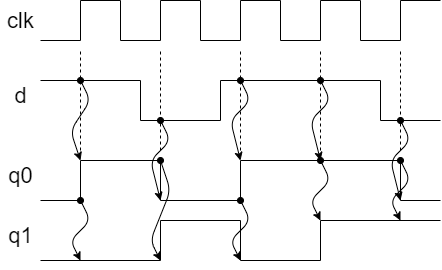
rikitoro/IS3_HDL_2018 keeps this draw.io diagram as assets/timechart_nonblocking.png. Above is the earlier version. Source tidied: cells renumbered, new cells last; positions are measured from the earlier drawing's top-left corner, leaving out a move shared by most shapes. Its diagram source:
```xml
<mxGraphModel>
  <root>
    <mxCell id="0" />
    <mxCell id="1" parent="0" />
    <mxCell id="2" style="endArrow=none;html=1;rounded=0;" parent="1" edge="1">
      <mxGeometry relative="1" as="geometry">
        <mxPoint x="40" y="40" as="sourcePoint" />
        <mxPoint x="440" as="targetPoint" />
        <Array as="points">
          <mxPoint x="80" y="40" />
          <mxPoint x="80" />
          <mxPoint x="120" />
          <mxPoint x="120" y="40" />
          <mxPoint x="160" y="40" />
          <mxPoint x="160" />
          <mxPoint x="200" />
          <mxPoint x="200" y="40" />
          <mxPoint x="240" y="40" />
          <mxPoint x="240" />
          <mxPoint x="280" />
          <mxPoint x="280" y="40" />
          <mxPoint x="320" y="40" />
          <mxPoint x="320" />
          <mxPoint x="360" />
          <mxPoint x="360" y="40" />
          <mxPoint x="400" y="40" />
          <mxPoint x="400" />
          <mxPoint x="440" />
        </Array>
      </mxGeometry>
    </mxCell>
    <mxCell id="3" style="endArrow=none;html=1;rounded=0;" parent="1" edge="1">
      <mxGeometry relative="1" as="geometry">
        <mxPoint x="40" y="80" as="sourcePoint" />
        <mxPoint x="440" y="120" as="targetPoint" />
        <Array as="points">
          <mxPoint x="140" y="80" />
          <mxPoint x="140" y="120" />
          <mxPoint x="220" y="120" />
          <mxPoint x="220" y="80" />
          <mxPoint x="380" y="80" />
          <mxPoint x="380" y="120" />
        </Array>
      </mxGeometry>
    </mxCell>
    <mxCell id="4" style="endArrow=none;html=1;rounded=0;" parent="1" edge="1">
      <mxGeometry relative="1" as="geometry">
        <mxPoint x="40" y="200" as="sourcePoint" />
        <mxPoint x="440" y="200" as="targetPoint" />
        <Array as="points">
          <mxPoint x="80" y="200" />
          <mxPoint x="80" y="160" />
          <mxPoint x="160" y="160" />
          <mxPoint x="160" y="200" />
          <mxPoint x="240" y="200" />
          <mxPoint x="240" y="160" />
          <mxPoint x="400" y="160" />
          <mxPoint x="400" y="200" />
        </Array>
      </mxGeometry>
    </mxCell>
    <mxCell id="5" style="endArrow=none;html=1;rounded=0;" parent="1" edge="1">
      <mxGeometry relative="1" as="geometry">
        <mxPoint x="40" y="260" as="sourcePoint" />
        <mxPoint x="440" y="220" as="targetPoint" />
        <Array as="points">
          <mxPoint x="160" y="260" />
          <mxPoint x="160" y="220" />
          <mxPoint x="240" y="220" />
          <mxPoint x="240" y="260" />
          <mxPoint x="320" y="260" />
          <mxPoint x="320" y="220" />
        </Array>
      </mxGeometry>
    </mxCell>
    <mxCell id="6" style="endArrow=none;dashed=1;html=1;" parent="1" edge="1">
      <mxGeometry relative="1" as="geometry">
        <mxPoint x="80" y="150" as="sourcePoint" />
        <mxPoint x="80" y="50" as="targetPoint" />
      </mxGeometry>
    </mxCell>
    <mxCell id="7" style="endArrow=none;dashed=1;html=1;" parent="1" edge="1">
      <mxGeometry relative="1" as="geometry">
        <mxPoint x="160" y="150" as="sourcePoint" />
        <mxPoint x="160" y="50" as="targetPoint" />
      </mxGeometry>
    </mxCell>
    <mxCell id="8" style="endArrow=none;dashed=1;html=1;" parent="1" edge="1">
      <mxGeometry relative="1" as="geometry">
        <mxPoint x="240" y="150" as="sourcePoint" />
        <mxPoint x="240" y="50" as="targetPoint" />
      </mxGeometry>
    </mxCell>
    <mxCell id="9" style="endArrow=none;dashed=1;html=1;" parent="1" edge="1">
      <mxGeometry relative="1" as="geometry">
        <mxPoint x="320" y="150" as="sourcePoint" />
        <mxPoint x="320" y="50" as="targetPoint" />
      </mxGeometry>
    </mxCell>
    <mxCell id="10" style="endArrow=none;dashed=1;html=1;" parent="1" edge="1">
      <mxGeometry relative="1" as="geometry">
        <mxPoint x="400" y="150" as="sourcePoint" />
        <mxPoint x="400" y="50" as="targetPoint" />
      </mxGeometry>
    </mxCell>
    <mxCell id="11" style="endArrow=classic;html=1;startArrow=oval;startFill=1;" parent="1" edge="1">
      <mxGeometry relative="1" as="geometry">
        <mxPoint x="80" y="80" as="sourcePoint" />
        <mxPoint x="80" y="160" as="targetPoint" />
        <Array as="points">
          <mxPoint x="90" y="100" />
          <mxPoint x="70" y="130" />
        </Array>
      </mxGeometry>
    </mxCell>
    <mxCell id="12" style="endArrow=classic;html=1;startArrow=oval;startFill=1;" parent="1" edge="1">
      <mxGeometry relative="1" as="geometry">
        <mxPoint x="80" y="200" as="sourcePoint" />
        <mxPoint x="80" y="260" as="targetPoint" />
        <Array as="points">
          <mxPoint x="90" y="220" />
          <mxPoint x="70" y="240" />
        </Array>
      </mxGeometry>
    </mxCell>
    <mxCell id="13" style="endArrow=classic;html=1;startArrow=oval;startFill=1;" parent="1" edge="1">
      <mxGeometry relative="1" as="geometry">
        <mxPoint x="160" y="120" as="sourcePoint" />
        <mxPoint x="160" y="200" as="targetPoint" />
        <Array as="points">
          <mxPoint x="170" y="140" />
          <mxPoint x="150" y="160" />
        </Array>
      </mxGeometry>
    </mxCell>
    <mxCell id="14" style="endArrow=classic;html=1;startArrow=oval;startFill=1;" parent="1" edge="1">
      <mxGeometry relative="1" as="geometry">
        <mxPoint x="160" y="160" as="sourcePoint" />
        <mxPoint x="160" y="260" as="targetPoint" />
        <Array as="points">
          <mxPoint x="170" y="190" />
          <mxPoint x="150" y="240" />
        </Array>
      </mxGeometry>
    </mxCell>
    <mxCell id="15" style="endArrow=classic;html=1;startArrow=oval;startFill=1;" parent="1" edge="1">
      <mxGeometry relative="1" as="geometry">
        <mxPoint x="240" y="80" as="sourcePoint" />
        <mxPoint x="240" y="160" as="targetPoint" />
        <Array as="points">
          <mxPoint x="250" y="100" />
          <mxPoint x="230" y="120" />
        </Array>
      </mxGeometry>
    </mxCell>
    <mxCell id="16" style="endArrow=classic;html=1;startArrow=oval;startFill=1;" parent="1" edge="1">
      <mxGeometry relative="1" as="geometry">
        <mxPoint x="240" y="200" as="sourcePoint" />
        <mxPoint x="240" y="260" as="targetPoint" />
        <Array as="points">
          <mxPoint x="250" y="220" />
          <mxPoint x="230" y="240" />
        </Array>
      </mxGeometry>
    </mxCell>
    <mxCell id="17" style="endArrow=classic;html=1;startArrow=oval;startFill=1;" parent="1" edge="1">
      <mxGeometry relative="1" as="geometry">
        <mxPoint x="320" y="80" as="sourcePoint" />
        <mxPoint x="320" y="160" as="targetPoint" />
        <Array as="points">
          <mxPoint x="330" y="100" />
          <mxPoint x="310" y="120" />
        </Array>
      </mxGeometry>
    </mxCell>
    <mxCell id="18" style="endArrow=classic;html=1;startArrow=oval;startFill=1;" parent="1" edge="1">
      <mxGeometry relative="1" as="geometry">
        <mxPoint x="320" y="160" as="sourcePoint" />
        <mxPoint x="320" y="220" as="targetPoint" />
        <Array as="points">
          <mxPoint x="330" y="180" />
          <mxPoint x="310" y="200" />
        </Array>
      </mxGeometry>
    </mxCell>
    <mxCell id="19" style="endArrow=classic;html=1;startArrow=oval;startFill=1;" parent="1" edge="1">
      <mxGeometry relative="1" as="geometry">
        <mxPoint x="400" y="160" as="sourcePoint" />
        <mxPoint x="400" y="220" as="targetPoint" />
        <Array as="points">
          <mxPoint x="410" y="180" />
          <mxPoint x="390" y="200" />
        </Array>
      </mxGeometry>
    </mxCell>
    <mxCell id="20" style="endArrow=classic;html=1;startArrow=oval;startFill=1;" parent="1" edge="1">
      <mxGeometry relative="1" as="geometry">
        <mxPoint x="400" y="120" as="sourcePoint" />
        <mxPoint x="400" y="200" as="targetPoint" />
        <Array as="points">
          <mxPoint x="410" y="140" />
          <mxPoint x="390" y="160" />
        </Array>
      </mxGeometry>
    </mxCell>
    <mxCell id="21" value="clk" style="text;html=1;align=center;verticalAlign=middle;fontSize=22;" parent="1" vertex="1">
      <mxGeometry y="5" width="40" height="30" as="geometry" />
    </mxCell>
    <mxCell id="22" value="d" style="text;html=1;align=center;verticalAlign=middle;fontSize=22;" parent="1" vertex="1">
      <mxGeometry x="5" y="80" width="30" height="30" as="geometry" />
    </mxCell>
    <mxCell id="23" value="q0" style="text;html=1;align=center;verticalAlign=middle;fontSize=22;" parent="1" vertex="1">
      <mxGeometry y="160" width="40" height="30" as="geometry" />
    </mxCell>
    <mxCell id="24" value="q1" style="text;html=1;align=center;verticalAlign=middle;fontSize=22;" parent="1" vertex="1">
      <mxGeometry y="220" width="40" height="30" as="geometry" />
    </mxCell>
  </root>
</mxGraphModel>
```
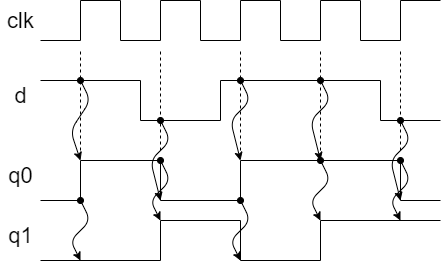
The same file after the commit.

Change to the diagram source:
```diff
@@ -133,16 +133,6 @@
         </Array>
       </mxGeometry>
     </mxCell>
-    <mxCell id="14" style="endArrow=classic;html=1;startArrow=oval;startFill=1;" parent="1" edge="1">
-      <mxGeometry relative="1" as="geometry">
-        <mxPoint x="160" y="160" as="sourcePoint" />
-        <mxPoint x="160" y="260" as="targetPoint" />
-        <Array as="points">
-          <mxPoint x="170" y="190" />
-          <mxPoint x="150" y="240" />
-        </Array>
-      </mxGeometry>
-    </mxCell>
     <mxCell id="15" style="endArrow=classic;html=1;startArrow=oval;startFill=1;" parent="1" edge="1">
       <mxGeometry relative="1" as="geometry">
         <mxPoint x="240" y="80" as="sourcePoint" />
@@ -215,5 +205,15 @@
     <mxCell id="24" value="q1" style="text;html=1;align=center;verticalAlign=middle;fontSize=22;" parent="1" vertex="1">
       <mxGeometry y="220" width="40" height="30" as="geometry" />
     </mxCell>
+    <mxCell id="25" style="endArrow=classic;html=1;startArrow=oval;startFill=1;" parent="1" edge="1">
+      <mxGeometry relative="1" as="geometry">
+        <mxPoint x="160" y="160" as="sourcePoint" />
+        <mxPoint x="160" y="220" as="targetPoint" />
+        <Array as="points">
+          <mxPoint x="170" y="180" />
+          <mxPoint x="150" y="200" />
+        </Array>
+      </mxGeometry>
+    </mxCell>
   </root>
 </mxGraphModel>
```
